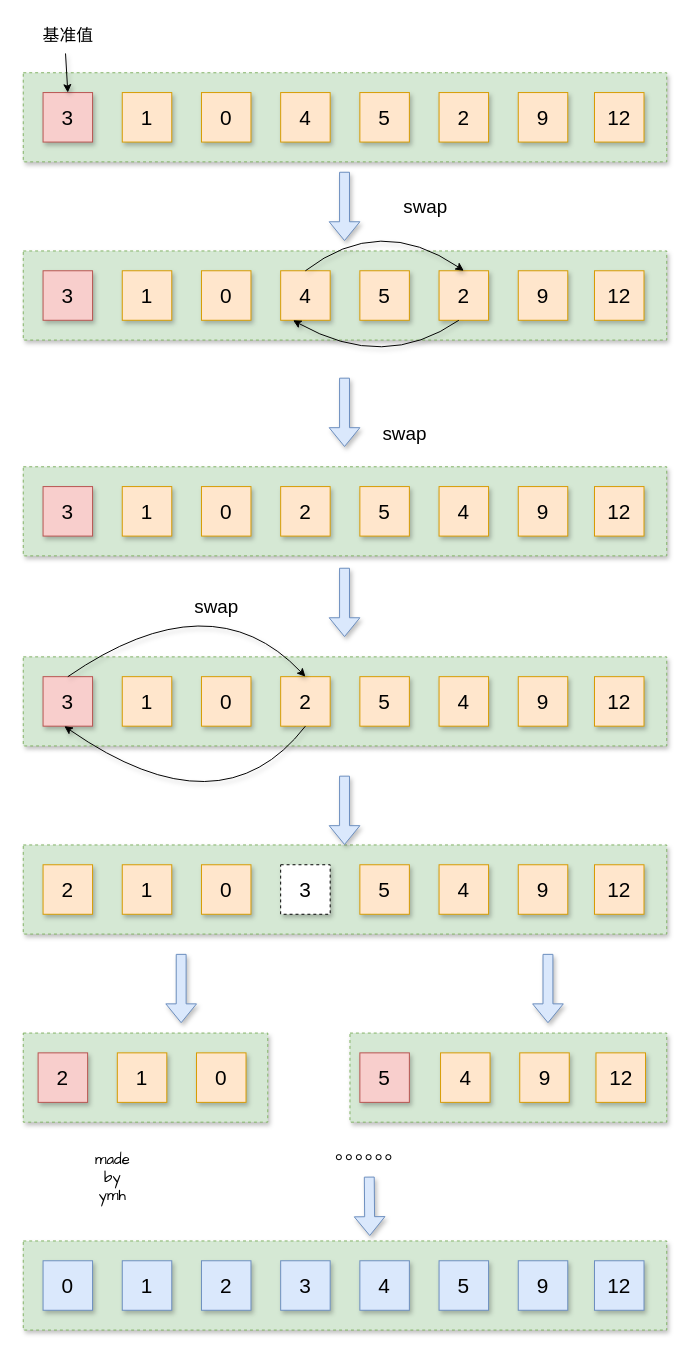
Earlier version of the draw.io diagram page "第 1 页" (1 of 2) of sort.drawio (xbzd315/picdata). Source tidied: cells renumbered, new cells numbered last; positions are measured from the earlier drawing's top-left corner, leaving out a move shared by most shapes. Both pictures are drawn from the tidied source at 99%, with x=0, y=0 at pixel (23, 21).
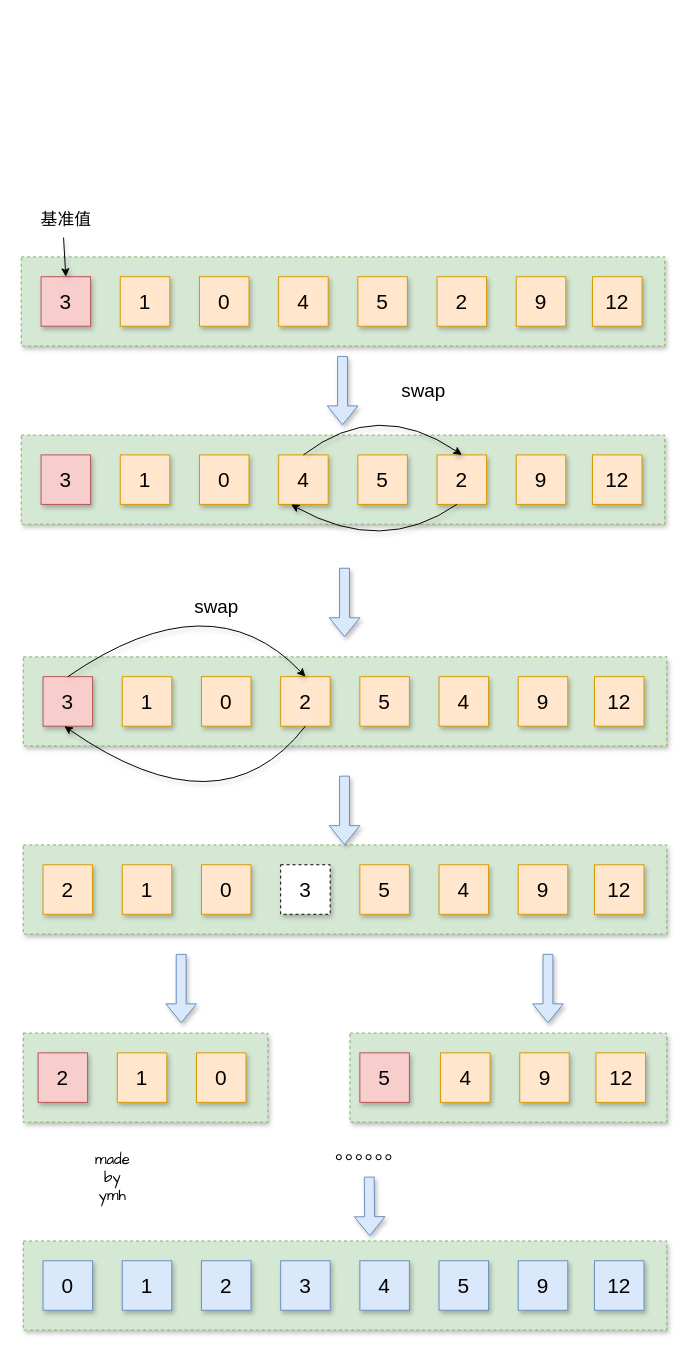
The same diagram, later.

Diff of the diagram source:
```diff
@@
     <mxCell id="2" style="rounded=0;whiteSpace=wrap;html=1;dashed=1;fillColor=#d5e8d4;strokeColor=#82b366;shadow=1;" parent="1" vertex="1">
-      <mxGeometry y="52" width="650" height="90" as="geometry" />
+      <mxGeometry x="-2" y="238" width="650" height="90" as="geometry" />
     </mxCell>
     <mxCell id="3" value="&lt;span style=&quot;font-size: 21px;&quot;&gt;3&lt;/span&gt;" style="whiteSpace=wrap;html=1;fillColor=#f8cecc;strokeColor=#b85450;shadow=1;" parent="1" vertex="1">
-      <mxGeometry x="20" y="72" width="50" height="50" as="geometry" />
+      <mxGeometry x="18" y="258" width="50" height="50" as="geometry" />
     </mxCell>
     <mxCell id="4" value="&lt;font style=&quot;font-size: 21px;&quot;&gt;1&lt;/font&gt;" style="whiteSpace=wrap;html=1;fillColor=#ffe6cc;strokeColor=#d79b00;shadow=1;" parent="1" vertex="1">
-      <mxGeometry x="100" y="72" width="50" height="50" as="geometry" />
+      <mxGeometry x="98" y="258" width="50" height="50" as="geometry" />
     </mxCell>
     <mxCell id="5" value="&lt;font style=&quot;font-size: 21px;&quot;&gt;0&lt;/font&gt;" style="whiteSpace=wrap;html=1;fillColor=#ffe6cc;strokeColor=#d79b00;shadow=1;" parent="1" vertex="1">
-      <mxGeometry x="180" y="72" width="50" height="50" as="geometry" />
+      <mxGeometry x="178" y="258" width="50" height="50" as="geometry" />
     </mxCell>
     <mxCell id="6" value="&lt;font style=&quot;font-size: 21px;&quot;&gt;4&lt;/font&gt;" style="whiteSpace=wrap;html=1;fillColor=#ffe6cc;strokeColor=#d79b00;shadow=1;" parent="1" vertex="1">
-      <mxGeometry x="260" y="72" width="50" height="50" as="geometry" />
+      <mxGeometry x="258" y="258" width="50" height="50" as="geometry" />
     </mxCell>
     <mxCell id="7" value="&lt;font style=&quot;font-size: 21px;&quot;&gt;5&lt;/font&gt;" style="whiteSpace=wrap;html=1;fillColor=#ffe6cc;strokeColor=#d79b00;shadow=1;" parent="1" vertex="1">
-      <mxGeometry x="340" y="72" width="50" height="50" as="geometry" />
+      <mxGeometry x="338" y="258" width="50" height="50" as="geometry" />
     </mxCell>
     <mxCell id="8" value="&lt;span style=&quot;font-size: 21px;&quot;&gt;2&lt;/span&gt;" style="whiteSpace=wrap;html=1;fillColor=#ffe6cc;strokeColor=#d79b00;shadow=1;" parent="1" vertex="1">
-      <mxGeometry x="420" y="72" width="50" height="50" as="geometry" />
+      <mxGeometry x="418" y="258" width="50" height="50" as="geometry" />
     </mxCell>
     <mxCell id="9" value="&lt;font style=&quot;font-size: 21px;&quot;&gt;9&lt;/font&gt;" style="whiteSpace=wrap;html=1;fillColor=#ffe6cc;strokeColor=#d79b00;shadow=1;" parent="1" vertex="1">
-      <mxGeometry x="500" y="72" width="50" height="50" as="geometry" />
+      <mxGeometry x="498" y="258" width="50" height="50" as="geometry" />
     </mxCell>
     <mxCell id="10" value="&lt;font style=&quot;font-size: 21px;&quot;&gt;12&lt;/font&gt;" style="whiteSpace=wrap;html=1;fillColor=#ffe6cc;strokeColor=#d79b00;shadow=1;" parent="1" vertex="1">
-      <mxGeometry x="577" y="72" width="50" height="50" as="geometry" />
+      <mxGeometry x="575" y="258" width="50" height="50" as="geometry" />
     </mxCell>
     <mxCell id="11" value="&lt;font style=&quot;font-size: 17px;&quot;&gt;基准值&lt;/font&gt;" style="text;html=1;align=center;verticalAlign=middle;points=[];strokeColor=none;fillColor=none;shadow=1;" parent="1" vertex="1">
-      <mxGeometry x="10" width="70" height="30" as="geometry" />
+      <mxGeometry x="8" y="186" width="70" height="30" as="geometry" />
     </mxCell>
@@
     <mxCell id="13" style="rounded=0;whiteSpace=wrap;html=1;dashed=1;fillColor=#d5e8d4;strokeColor=#82b366;shadow=1;" parent="1" vertex="1">
-      <mxGeometry y="232" width="650" height="90" as="geometry" />
+      <mxGeometry x="-2" y="418" width="650" height="90" as="geometry" />
     </mxCell>
     <mxCell id="14" value="&lt;span style=&quot;font-size: 21px;&quot;&gt;3&lt;/span&gt;" style="whiteSpace=wrap;html=1;fillColor=#f8cecc;strokeColor=#b85450;shadow=1;" parent="1" vertex="1">
-      <mxGeometry x="20" y="252" width="50" height="50" as="geometry" />
+      <mxGeometry x="18" y="438" width="50" height="50" as="geometry" />
     </mxCell>
     <mxCell id="15" value="&lt;font style=&quot;font-size: 21px;&quot;&gt;1&lt;/font&gt;" style="whiteSpace=wrap;html=1;fillColor=#ffe6cc;strokeColor=#d79b00;shadow=1;" parent="1" vertex="1">
-      <mxGeometry x="100" y="252" width="50" height="50" as="geometry" />
+      <mxGeometry x="98" y="438" width="50" height="50" as="geometry" />
     </mxCell>
     <mxCell id="16" value="&lt;font style=&quot;font-size: 21px;&quot;&gt;0&lt;/font&gt;" style="whiteSpace=wrap;html=1;fillColor=#ffe6cc;strokeColor=#d79b00;shadow=1;" parent="1" vertex="1">
-      <mxGeometry x="180" y="252" width="50" height="50" as="geometry" />
+      <mxGeometry x="178" y="438" width="50" height="50" as="geometry" />
     </mxCell>
     <mxCell id="17" value="&lt;font style=&quot;font-size: 21px;&quot;&gt;4&lt;/font&gt;" style="whiteSpace=wrap;html=1;fillColor=#ffe6cc;strokeColor=#d79b00;shadow=1;" parent="1" vertex="1">
-      <mxGeometry x="260" y="252" width="50" height="50" as="geometry" />
+      <mxGeometry x="258" y="438" width="50" height="50" as="geometry" />
     </mxCell>
     <mxCell id="18" value="&lt;font style=&quot;font-size: 21px;&quot;&gt;5&lt;/font&gt;" style="whiteSpace=wrap;html=1;fillColor=#ffe6cc;strokeColor=#d79b00;shadow=1;" parent="1" vertex="1">
-      <mxGeometry x="340" y="252" width="50" height="50" as="geometry" />
+      <mxGeometry x="338" y="438" width="50" height="50" as="geometry" />
     </mxCell>
     <mxCell id="19" value="&lt;span style=&quot;font-size: 21px;&quot;&gt;2&lt;/span&gt;" style="whiteSpace=wrap;html=1;fillColor=#ffe6cc;strokeColor=#d79b00;shadow=1;" parent="1" vertex="1">
-      <mxGeometry x="420" y="252" width="50" height="50" as="geometry" />
+      <mxGeometry x="418" y="438" width="50" height="50" as="geometry" />
     </mxCell>
     <mxCell id="20" value="&lt;font style=&quot;font-size: 21px;&quot;&gt;9&lt;/font&gt;" style="whiteSpace=wrap;html=1;fillColor=#ffe6cc;strokeColor=#d79b00;shadow=1;" parent="1" vertex="1">
-      <mxGeometry x="500" y="252" width="50" height="50" as="geometry" />
+      <mxGeometry x="498" y="438" width="50" height="50" as="geometry" />
     </mxCell>
     <mxCell id="21" value="&lt;font style=&quot;font-size: 21px;&quot;&gt;12&lt;/font&gt;" style="whiteSpace=wrap;html=1;fillColor=#ffe6cc;strokeColor=#d79b00;shadow=1;" parent="1" vertex="1">
-      <mxGeometry x="577" y="252" width="50" height="50" as="geometry" />
+      <mxGeometry x="575" y="438" width="50" height="50" as="geometry" />
     </mxCell>
     <mxCell id="22" style="shape=flexArrow;endArrow=classic;html=1;rounded=0;fillColor=#dae8fc;strokeColor=#6c8ebf;shadow=1;" parent="1" edge="1">
       <mxGeometry relative="1" as="geometry">
-        <mxPoint x="324.5" y="152" as="sourcePoint" />
-        <mxPoint x="324.5" y="222" as="targetPoint" />
+        <mxPoint x="322.5" y="338" as="sourcePoint" />
+        <mxPoint x="322.5" y="408" as="targetPoint" />
       </mxGeometry>
     </mxCell>
     <mxCell id="23" style="endArrow=classic;html=1;rounded=0;exitX=0.5;exitY=0;exitDx=0;exitDy=0;entryX=0.5;entryY=0;entryDx=0;entryDy=0;curved=1;shadow=1;" parent="1" edge="1" source="17" target="19">
       <mxGeometry relative="1" as="geometry">
         <Array as="points">
-          <mxPoint x="360" y="194" />
+          <mxPoint x="358" y="380" />
         </Array>
       </mxGeometry>
     </mxCell>
     <mxCell id="24" style="endArrow=classic;html=1;rounded=0;entryX=0.25;entryY=1;entryDx=0;entryDy=0;curved=1;shadow=1;" parent="1" edge="1" target="17">
       <mxGeometry relative="1" as="geometry">
-        <mxPoint x="440" y="302" as="sourcePoint" />
+        <mxPoint x="438" y="488" as="sourcePoint" />
         <Array as="points">
-          <mxPoint x="365" y="354" />
+          <mxPoint x="363" y="540" />
         </Array>
       </mxGeometry>
     </mxCell>
     <mxCell id="25" value="&lt;font style=&quot;font-size: 19px;&quot;&gt;swap&lt;/font&gt;" style="text;html=1;align=center;verticalAlign=middle;strokeColor=none;fillColor=none;shadow=1;" parent="1" vertex="1">
-      <mxGeometry x="371" y="168" width="70" height="40" as="geometry" />
+      <mxGeometry x="369" y="354" width="70" height="40" as="geometry" />
     </mxCell>
-    <mxCell id="26" style="rounded=0;whiteSpace=wrap;html=1;dashed=1;fillColor=#d5e8d4;strokeColor=#82b366;shadow=1;" parent="1" vertex="1">
-      <mxGeometry y="450" width="650" height="90" as="geometry" />
-    </mxCell>
-    <mxCell id="27" value="&lt;span style=&quot;font-size: 21px;&quot;&gt;3&lt;/span&gt;" style="whiteSpace=wrap;html=1;fillColor=#f8cecc;strokeColor=#b85450;shadow=1;" parent="1" vertex="1">
-      <mxGeometry x="20" y="470" width="50" height="50" as="geometry" />
-    </mxCell>
-    <mxCell id="28" value="&lt;font style=&quot;font-size: 21px;&quot;&gt;1&lt;/font&gt;" style="whiteSpace=wrap;html=1;fillColor=#ffe6cc;strokeColor=#d79b00;shadow=1;" parent="1" vertex="1">
-      <mxGeometry x="100" y="470" width="50" height="50" as="geometry" />
-    </mxCell>
-    <mxCell id="29" value="&lt;font style=&quot;font-size: 21px;&quot;&gt;0&lt;/font&gt;" style="whiteSpace=wrap;html=1;fillColor=#ffe6cc;strokeColor=#d79b00;shadow=1;" parent="1" vertex="1">
-      <mxGeometry x="180" y="470" width="50" height="50" as="geometry" />
-    </mxCell>
-    <mxCell id="30" value="&lt;span style=&quot;font-size: 21px;&quot;&gt;2&lt;/span&gt;" style="whiteSpace=wrap;html=1;fillColor=#ffe6cc;strokeColor=#d79b00;shadow=1;" parent="1" vertex="1">
-      <mxGeometry x="260" y="470" width="50" height="50" as="geometry" />
-    </mxCell>
-    <mxCell id="31" value="&lt;font style=&quot;font-size: 21px;&quot;&gt;5&lt;/font&gt;" style="whiteSpace=wrap;html=1;fillColor=#ffe6cc;strokeColor=#d79b00;shadow=1;" parent="1" vertex="1">
-      <mxGeometry x="340" y="470" width="50" height="50" as="geometry" />
-    </mxCell>
-    <mxCell id="32" value="&lt;span style=&quot;font-size: 21px;&quot;&gt;4&lt;/span&gt;" style="whiteSpace=wrap;html=1;fillColor=#ffe6cc;strokeColor=#d79b00;shadow=1;" parent="1" vertex="1">
-      <mxGeometry x="420" y="470" width="50" height="50" as="geometry" />
-    </mxCell>
-    <mxCell id="33" value="&lt;font style=&quot;font-size: 21px;&quot;&gt;9&lt;/font&gt;" style="whiteSpace=wrap;html=1;fillColor=#ffe6cc;strokeColor=#d79b00;shadow=1;" parent="1" vertex="1">
-      <mxGeometry x="500" y="470" width="50" height="50" as="geometry" />
-    </mxCell>
-    <mxCell id="34" value="&lt;font style=&quot;font-size: 21px;&quot;&gt;12&lt;/font&gt;" style="whiteSpace=wrap;html=1;fillColor=#ffe6cc;strokeColor=#d79b00;shadow=1;" parent="1" vertex="1">
-      <mxGeometry x="577" y="470" width="50" height="50" as="geometry" />
-    </mxCell>
-    <mxCell id="35" style="shape=flexArrow;endArrow=classic;html=1;rounded=0;fillColor=#dae8fc;strokeColor=#6c8ebf;shadow=1;" parent="1" edge="1">
-      <mxGeometry relative="1" as="geometry">
-        <mxPoint x="324.5" y="360" as="sourcePoint" />
-        <mxPoint x="324.5" y="430" as="targetPoint" />
-      </mxGeometry>
-    </mxCell>
-    <mxCell id="36" value="&lt;font style=&quot;font-size: 19px;&quot;&gt;swap&lt;/font&gt;" style="text;html=1;align=center;verticalAlign=middle;strokeColor=none;fillColor=none;shadow=1;" parent="1" vertex="1">
-      <mxGeometry x="350" y="397" width="70" height="40" as="geometry" />
-    </mxCell>
```
